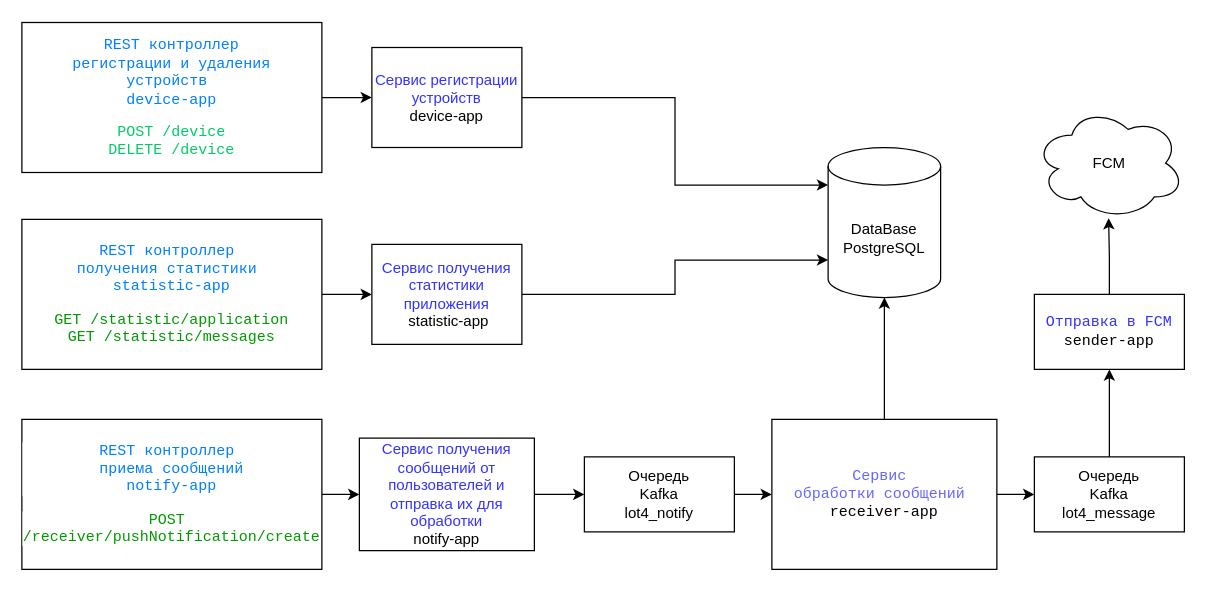
The draw.io diagram doc/diag.drawio in cherepakhin/lot4, before the edit. Source tidied: cells renumbered, new cells numbered last; positions are measured from the earlier drawing's top-left corner, leaving out a move shared by most shapes. Both pictures are drawn from the tidied source at 125%, with x=0, y=0 at pixel (21, 21).
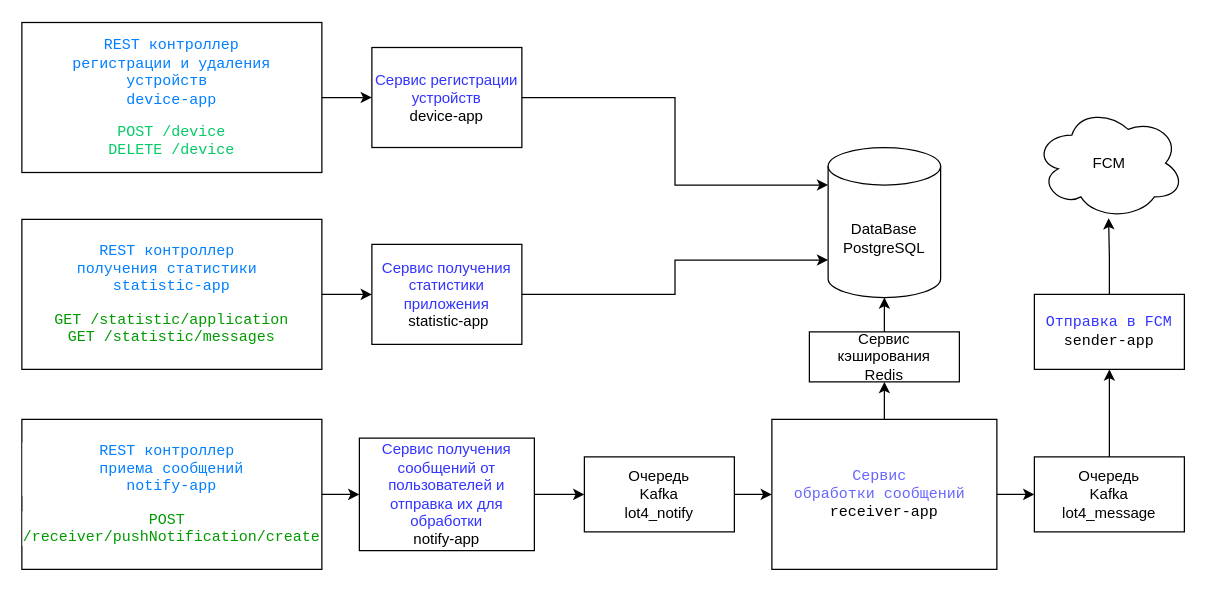
The same page after the edit.

Unchanged cells that the change refers to:
```xml
<mxCell id="6" value="&lt;pre style=&quot;background-color: rgb(255 , 255 , 255) ; font-family: &amp;#34;liberation mono&amp;#34; , monospace&quot;&gt;&lt;font color=&quot;#6666ff&quot;&gt;Сервис &lt;br&gt;обработки сообщений&lt;/font&gt;&lt;font color=&quot;#007fff&quot;&gt; &lt;br&gt;&lt;/font&gt;receiver-app&lt;/pre&gt;" style="rounded=0;whiteSpace=wrap;html=1;" parent="1" vertex="1">
  <mxGeometry x="600" y="318" width="180" height="120" as="geometry" />
</mxCell>
<mxCell id="7" value="DataBase&lt;br&gt;PostgreSQL" style="shape=cylinder3;whiteSpace=wrap;html=1;boundedLbl=1;backgroundOutline=1;size=15;" parent="1" vertex="1">
  <mxGeometry x="645" y="100.5" width="90" height="120" as="geometry" />
</mxCell>
```

The edit, as a diff of the source:
```diff
@@
-    <mxCell id="5" style="edgeStyle=orthogonalEdgeStyle;rounded=0;jettySize=auto;html=1;exitX=0.5;exitY=0;exitDx=0;exitDy=0;entryX=0.5;entryY=1;entryDx=0;entryDy=0;" parent="1" edge="1" source="6" target="7">
-      <mxGeometry relative="1" as="geometry" />
-    </mxCell>
@@
+    <mxCell id="26" style="edgeStyle=orthogonalEdgeStyle;rounded=0;jettySize=auto;html=1;startArrow=classic;startFill=1;endArrow=none;endFill=0;" parent="1" edge="1" source="28" target="6">
+      <mxGeometry relative="1" as="geometry" />
+    </mxCell>
+    <mxCell id="27" style="edgeStyle=orthogonalEdgeStyle;rounded=0;jettySize=auto;html=1;" parent="1" edge="1" source="28" target="7">
+      <mxGeometry relative="1" as="geometry" />
+    </mxCell>
+    <mxCell id="28" value="Сервис кэширования &lt;br&gt;Redis" style="rounded=0;whiteSpace=wrap;html=1;" parent="1" vertex="1">
+      <mxGeometry x="630" y="248" width="120" height="40" as="geometry" />
+    </mxCell>
```
